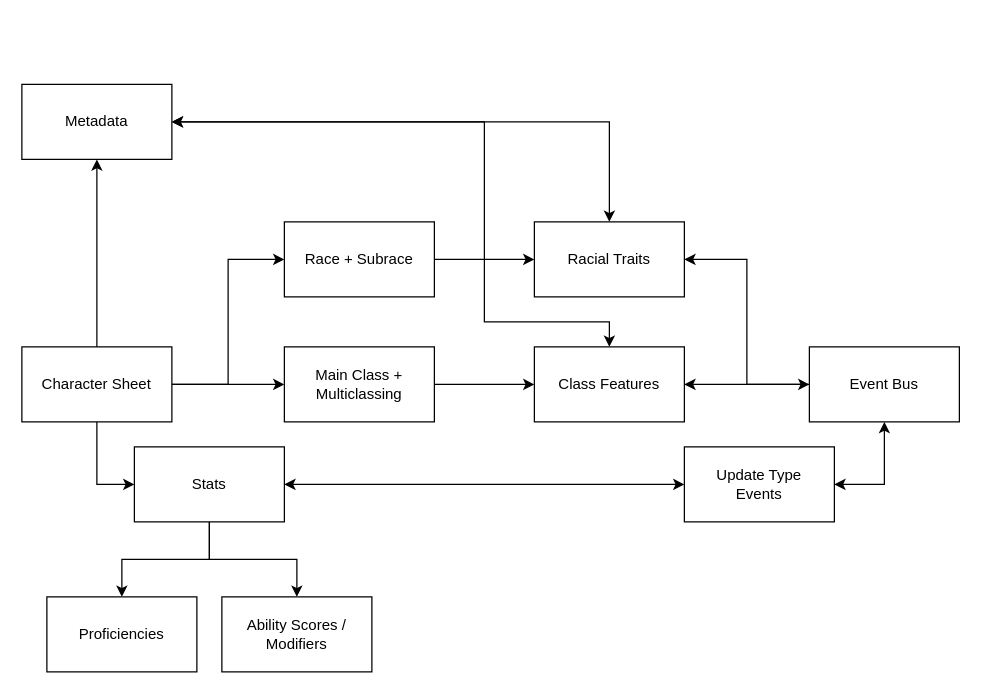
Earlier version of the draw.io diagram DND/Flowchart.drawio (Rithsagea/DND). Source tidied: cells renumbered, new cells numbered last; positions are measured from the earlier drawing's top-left corner, leaving out a move shared by most shapes. Both pictures are drawn from the tidied source at 125%, with x=0, y=0 at pixel (21, 84).
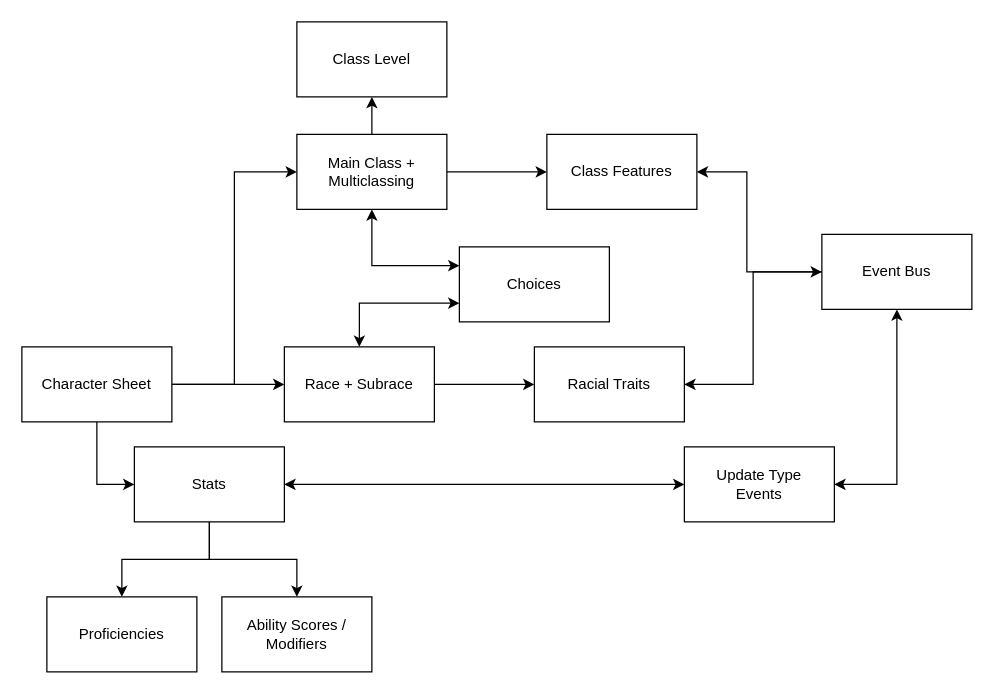
The same page after the edit.

Commit message:
finally made one of these ahahaha

The change refers to these unchanged cells:
```xml
<mxCell id="6" value="Character Sheet" style="rounded=0;whiteSpace=wrap;html=1;" parent="1" vertex="1">
  <mxGeometry y="210" width="120" height="60" as="geometry" />
</mxCell>
```

Change to the diagram source:
```diff
@@
     <mxCell id="2" style="edgeStyle=orthogonalEdgeStyle;rounded=0;jettySize=auto;html=1;exitX=1;exitY=0.5;exitDx=0;exitDy=0;" parent="1" edge="1" source="6" target="10">
-      <mxGeometry relative="1" as="geometry" />
+      <mxGeometry relative="1" as="geometry">
+        <Array as="points">
+          <mxPoint x="170" y="240" />
+          <mxPoint x="170" y="70" />
+        </Array>
+      </mxGeometry>
     </mxCell>
@@
-    <mxCell id="5" style="edgeStyle=orthogonalEdgeStyle;rounded=0;jettySize=auto;html=1;exitX=0.5;exitY=0;exitDx=0;exitDy=0;entryX=0.5;entryY=1;entryDx=0;entryDy=0;startArrow=none;startFill=0;" parent="1" edge="1" source="6" target="28">
-      <mxGeometry relative="1" as="geometry" />
-    </mxCell>
@@
+    <mxCell id="29" style="edgeStyle=orthogonalEdgeStyle;rounded=0;jettySize=auto;html=1;exitX=0.5;exitY=0;exitDx=0;exitDy=0;entryX=0.5;entryY=1;entryDx=0;entryDy=0;" parent="1" edge="1" source="10" target="32">
+      <mxGeometry relative="1" as="geometry" />
+    </mxCell>
+    <mxCell id="30" style="edgeStyle=orthogonalEdgeStyle;rounded=0;jettySize=auto;html=1;exitX=0.5;exitY=1;exitDx=0;exitDy=0;entryX=0;entryY=0.25;entryDx=0;entryDy=0;startArrow=classic;startFill=1;" parent="1" edge="1" source="10" target="33">
+      <mxGeometry relative="1" as="geometry" />
+    </mxCell>
     <mxCell id="10" value="Main Class + Multiclassing" style="rounded=0;whiteSpace=wrap;html=1;" parent="1" vertex="1">
-      <mxGeometry x="210" y="210" width="120" height="60" as="geometry" />
+      <mxGeometry x="220" y="40" width="120" height="60" as="geometry" />
     </mxCell>
-    <mxCell id="11" style="edgeStyle=orthogonalEdgeStyle;rounded=0;jettySize=auto;html=1;exitX=0.5;exitY=0;exitDx=0;exitDy=0;entryX=1;entryY=0.5;entryDx=0;entryDy=0;startArrow=classic;startFill=1;" parent="1" edge="1" source="12" target="28">
-      <mxGeometry relative="1" as="geometry">
-        <Array as="points">
-          <mxPoint x="470" y="190" />
-          <mxPoint x="370" y="190" />
-          <mxPoint x="370" y="30" />
-        </Array>
-      </mxGeometry>
-    </mxCell>
     <mxCell id="12" value="Class Features" style="rounded=0;whiteSpace=wrap;html=1;" parent="1" vertex="1">
-      <mxGeometry x="410" y="210" width="120" height="60" as="geometry" />
+      <mxGeometry x="420" y="40" width="120" height="60" as="geometry" />
     </mxCell>
     <mxCell id="13" style="edgeStyle=orthogonalEdgeStyle;rounded=0;jettySize=auto;html=1;exitX=0;exitY=0.5;exitDx=0;exitDy=0;entryX=1;entryY=0.5;entryDx=0;entryDy=0;startArrow=classic;startFill=1;" parent="1" edge="1" source="16" target="12">
-      <mxGeometry relative="1" as="geometry" />
+      <mxGeometry relative="1" as="geometry">
+        <Array as="points">
+          <mxPoint x="580" y="150" />
+          <mxPoint x="580" y="70" />
+        </Array>
+      </mxGeometry>
     </mxCell>
@@
     <mxCell id="16" value="Event Bus" style="rounded=0;whiteSpace=wrap;html=1;" parent="1" vertex="1">
-      <mxGeometry x="630" y="210" width="120" height="60" as="geometry" />
+      <mxGeometry x="640" y="120" width="120" height="60" as="geometry" />
     </mxCell>
@@
+    <mxCell id="31" style="edgeStyle=orthogonalEdgeStyle;rounded=0;jettySize=auto;html=1;exitX=0.5;exitY=0;exitDx=0;exitDy=0;entryX=0;entryY=0.75;entryDx=0;entryDy=0;startArrow=classic;startFill=1;" parent="1" edge="1" source="18" target="33">
+      <mxGeometry relative="1" as="geometry" />
+    </mxCell>
     <mxCell id="18" value="Race + Subrace" style="rounded=0;whiteSpace=wrap;html=1;" parent="1" vertex="1">
-      <mxGeometry x="210" y="110" width="120" height="60" as="geometry" />
+      <mxGeometry x="210" y="210" width="120" height="60" as="geometry" />
     </mxCell>
-    <mxCell id="19" style="edgeStyle=orthogonalEdgeStyle;rounded=0;jettySize=auto;html=1;exitX=0.5;exitY=0;exitDx=0;exitDy=0;entryX=1;entryY=0.5;entryDx=0;entryDy=0;startArrow=classic;startFill=1;" parent="1" edge="1" source="20" target="28">
-      <mxGeometry relative="1" as="geometry" />
-    </mxCell>
     <mxCell id="20" value="Racial Traits&lt;br&gt;" style="rounded=0;whiteSpace=wrap;html=1;" parent="1" vertex="1">
-      <mxGeometry x="410" y="110" width="120" height="60" as="geometry" />
+      <mxGeometry x="410" y="210" width="120" height="60" as="geometry" />
     </mxCell>
@@
-    <mxCell id="28" value="Metadata" style="rounded=0;whiteSpace=wrap;html=1;" parent="1" vertex="1">
-      <mxGeometry width="120" height="60" as="geometry" />
-    </mxCell>
+    <mxCell id="32" value="Class Level" style="rounded=0;whiteSpace=wrap;html=1;" parent="1" vertex="1">
+      <mxGeometry x="220" y="-50" width="120" height="60" as="geometry" />
+    </mxCell>
+    <mxCell id="33" value="Choices" style="rounded=0;whiteSpace=wrap;html=1;" parent="1" vertex="1">
+      <mxGeometry x="350" y="130" width="120" height="60" as="geometry" />
+    </mxCell>
```
